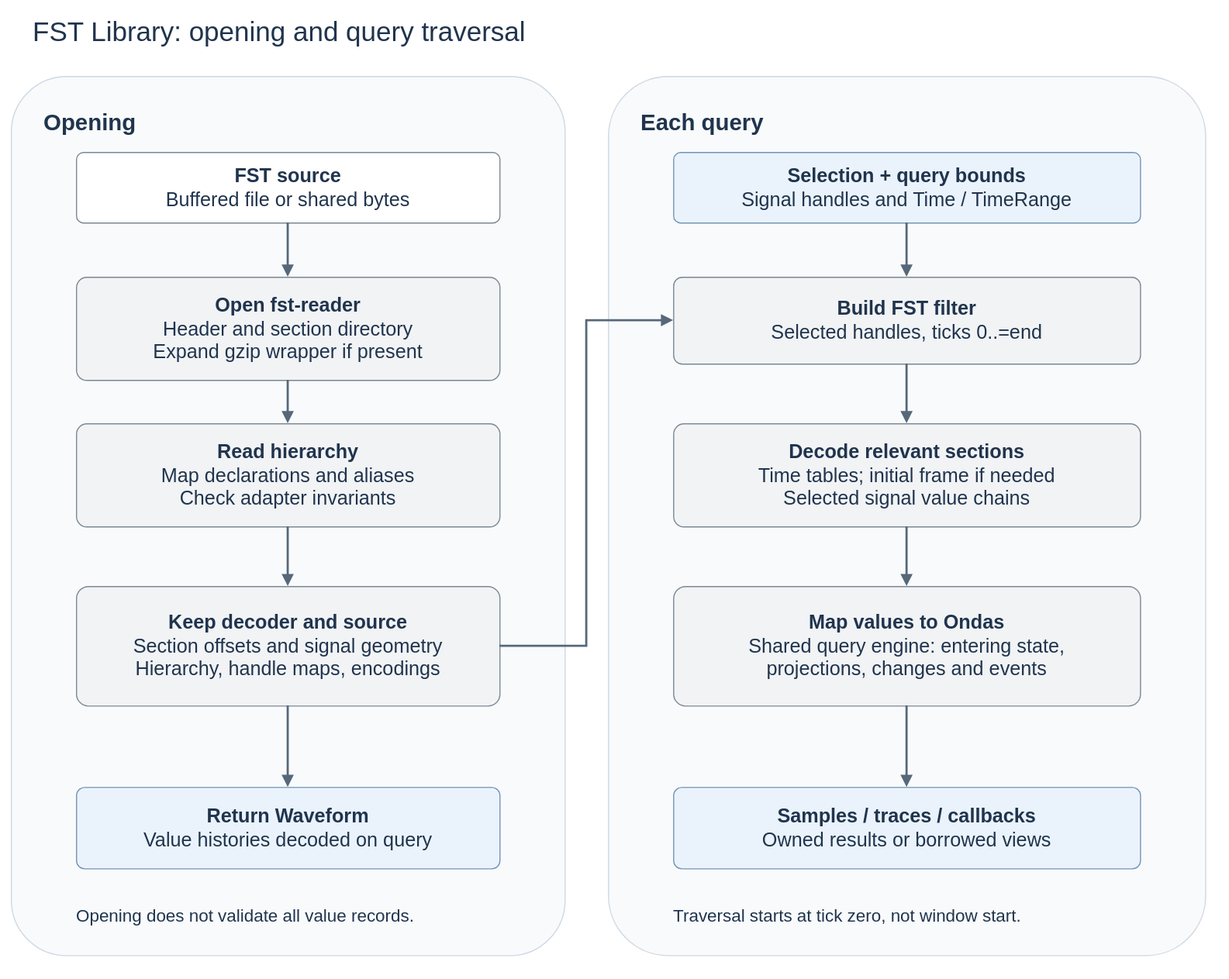
kleverhq/ondas keeps this draw.io diagram as docs/images/fst-lib-flow.drawio.svg. Above is the earlier version. Source tidied: cells renumbered, new cells last; positions are measured from the earlier drawing's top-left corner, leaving out a move shared by most shapes.
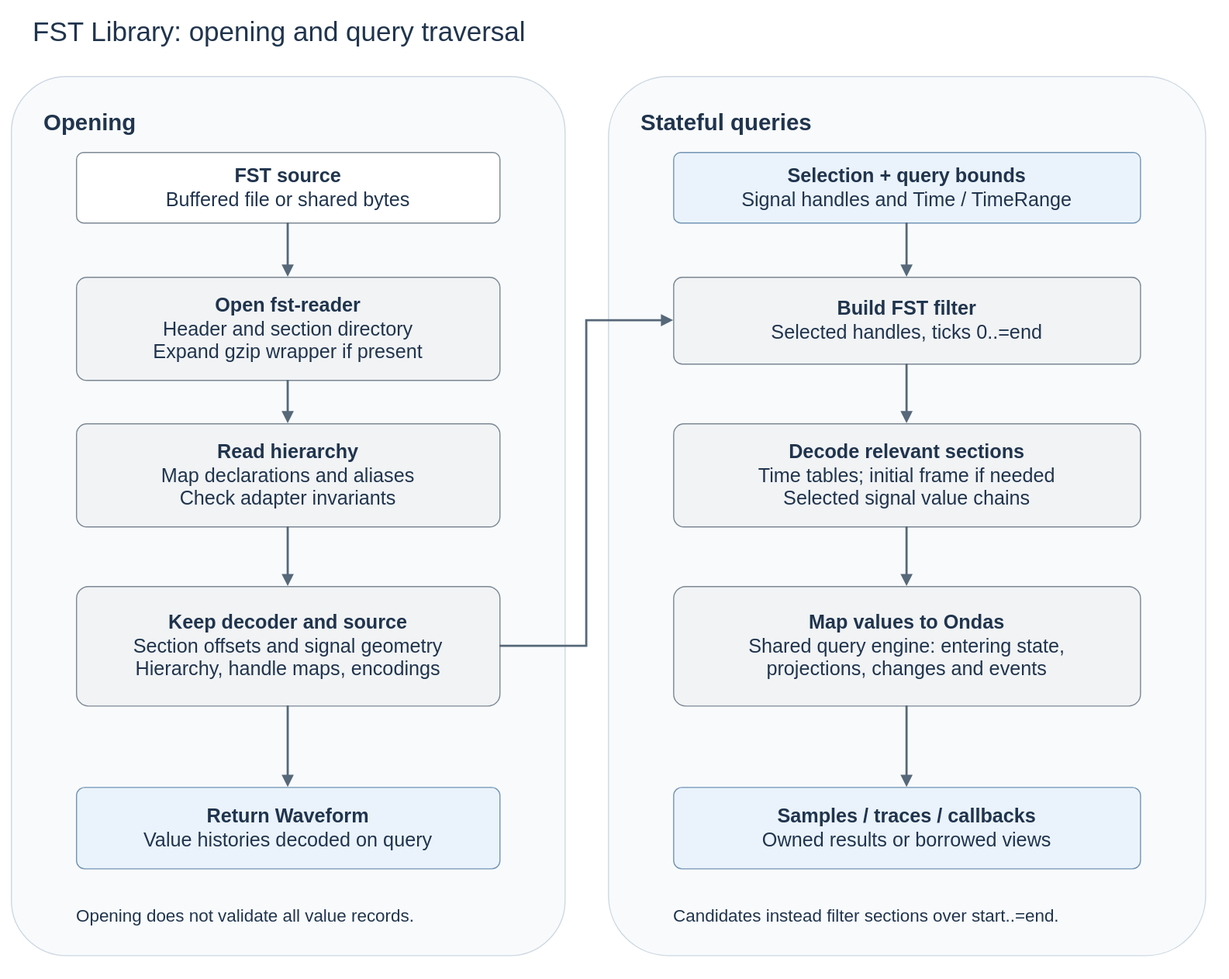
Later version of the same file.

Commit message:
docs(fst): scope traversal diagram to stateful reads

What changed in the source:
```diff
@@ -8,7 +8,7 @@
     <mxCell id="3" value="Opening" style="rounded=1;arcSize=10;whiteSpace=wrap;html=1;fontFamily=Arial;fontSize=18;fontColor=#20344D;strokeColor=#7394B5;fillColor=#EAF3FC;spacing=10;fillColor=#F8FAFC;strokeColor=#CED8E2;verticalAlign=top;align=left;fontStyle=1;fontSize=21;spacingTop=15;spacingLeft=20;" parent="1" vertex="1">
       <mxGeometry y="60" width="510" height="810" as="geometry" />
     </mxCell>
-    <mxCell id="4" value="Each query" style="rounded=1;arcSize=10;whiteSpace=wrap;html=1;fontFamily=Arial;fontSize=18;fontColor=#20344D;strokeColor=#7394B5;fillColor=#EAF3FC;spacing=10;fillColor=#F8FAFC;strokeColor=#CED8E2;verticalAlign=top;align=left;fontStyle=1;fontSize=21;spacingTop=15;spacingLeft=20;" parent="1" vertex="1">
+    <mxCell id="4" value="Stateful queries" style="rounded=1;arcSize=10;whiteSpace=wrap;html=1;fontFamily=Arial;fontSize=18;fontColor=#20344D;strokeColor=#7394B5;fillColor=#EAF3FC;spacing=10;fillColor=#F8FAFC;strokeColor=#CED8E2;verticalAlign=top;align=left;fontStyle=1;fontSize=21;spacingTop=15;spacingLeft=20;" parent="1" vertex="1">
       <mxGeometry x="550" y="60" width="550" height="810" as="geometry" />
     </mxCell>
     <mxCell id="5" value="&lt;b&gt;FST source&lt;/b&gt;&lt;br&gt;Buffered file or shared bytes" style="rounded=1;arcSize=10;whiteSpace=wrap;html=1;fontFamily=Arial;fontSize=18;fontColor=#20344D;strokeColor=#7394B5;fillColor=#EAF3FC;spacing=10;fillColor=#FFFFFF;strokeColor=#7C8894;" parent="1" vertex="1">
@@ -44,7 +44,7 @@
     <mxCell id="15" value="Opening does not validate all value records." style="rounded=1;arcSize=10;whiteSpace=wrap;html=1;fontFamily=Arial;fontSize=18;fontColor=#20344D;strokeColor=#7394B5;fillColor=#EAF3FC;spacing=10;shape=text;strokeColor=none;fillColor=none;align=left;spacing=0;fontSize=16;" parent="1" vertex="1">
       <mxGeometry x="60" y="815" width="390" height="35" as="geometry" />
     </mxCell>
-    <mxCell id="16" value="Traversal starts at tick zero, not window start." style="rounded=1;arcSize=10;whiteSpace=wrap;html=1;fontFamily=Arial;fontSize=18;fontColor=#20344D;strokeColor=#7394B5;fillColor=#EAF3FC;spacing=10;shape=text;strokeColor=none;fillColor=none;align=left;spacing=0;fontSize=16;" parent="1" vertex="1">
+    <mxCell id="16" value="Candidates instead filter sections over start..=end." style="rounded=1;arcSize=10;whiteSpace=wrap;html=1;fontFamily=Arial;fontSize=18;fontColor=#20344D;strokeColor=#7394B5;fillColor=#EAF3FC;spacing=10;shape=text;strokeColor=none;fillColor=none;align=left;spacing=0;fontSize=16;" parent="1" vertex="1">
       <mxGeometry x="610" y="815" width="430" height="35" as="geometry" />
     </mxCell>
     <mxCell id="17" style="edgeStyle=orthogonalEdgeStyle;rounded=0;html=1;strokeColor=#566879;strokeWidth=2;endArrow=block;endFill=1;exitX=0.5;exitY=1;entryX=0.5;entryY=0;" parent="1" edge="1" source="5" target="6">
```
